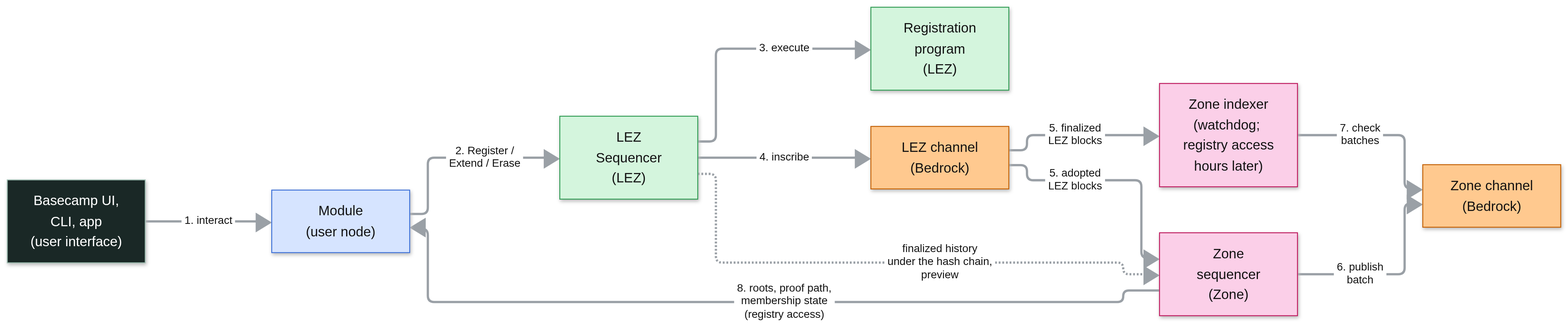
logos-co/logos-lips keeps this Mermaid diagram as docs/anoncomms/raw/images/rln-membership-zone-registration.png. Above is the earlier version. Its source is kept beside it as docs/anoncomms/raw/images/rln-membership-zone-registration.mmd.
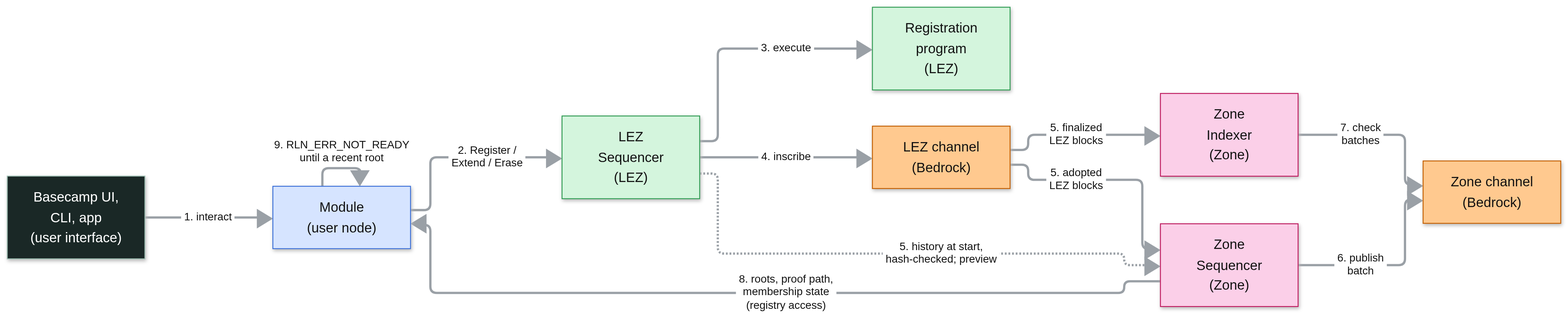
The same diagram one commit later.

The edit, as a diff of the source:
```diff
@@ -4,12 +4,13 @@
     MOD -->|"#nbsp;2. Register /#nbsp;<br/>#nbsp;Extend / Erase#nbsp;"| LSEQ["LEZ<br/>Sequencer<br/>(LEZ)"]
     LSEQ -->|"#nbsp;3. execute#nbsp;"| PROG["Registration<br/>program<br/>(LEZ)"]
     LSEQ -->|"#nbsp;4. inscribe#nbsp;"| LCH["LEZ channel<br/>(Bedrock)"]
-    LCH -->|"#nbsp;5. adopted#nbsp;<br/>#nbsp;LEZ blocks#nbsp;"| ZSEQ["Zone<br/>sequencer<br/>(Zone)"]
-    LCH -->|"#nbsp;5. finalized#nbsp;<br/>#nbsp;LEZ blocks#nbsp;"| IDX["Zone indexer<br/>(watchdog; registry access<br/>hours later)"]
-    LSEQ -.->|"#nbsp;finalized history#nbsp;<br/>#nbsp;under the hash chain,#nbsp;<br/>#nbsp;preview#nbsp;"| ZSEQ
+    LCH -->|"#nbsp;5. adopted#nbsp;<br/>#nbsp;LEZ blocks#nbsp;"| ZSEQ["Zone<br/>Sequencer<br/>(Zone)"]
+    LCH -->|"#nbsp;5. finalized#nbsp;<br/>#nbsp;LEZ blocks#nbsp;"| IDX["Zone<br/>Indexer<br/>(Zone)"]
+    LSEQ -.->|"#nbsp;5. history at start,#nbsp;<br/>#nbsp;hash-checked; preview#nbsp;"| ZSEQ
     ZSEQ -->|"#nbsp;6. publish#nbsp;<br/>#nbsp;batch#nbsp;"| ZCH["Zone channel<br/>(Bedrock)"]
     IDX -->|"#nbsp;7. check#nbsp;<br/>#nbsp;batches#nbsp;"| ZCH
     ZSEQ -->|"#nbsp;8. roots, proof path,#nbsp;<br/>#nbsp;membership state#nbsp;<br/>#nbsp;(registry access)#nbsp;"| MOD
+    MOD -->|"#nbsp;9. RLN_ERR_NOT_READY#nbsp;<br/>#nbsp;until a recent root#nbsp;"| MOD
     linkStyle default stroke-width:2.5px
 
     classDef ui fill:#1a2826,stroke:#9fbfb3,color:#ffffff
```
